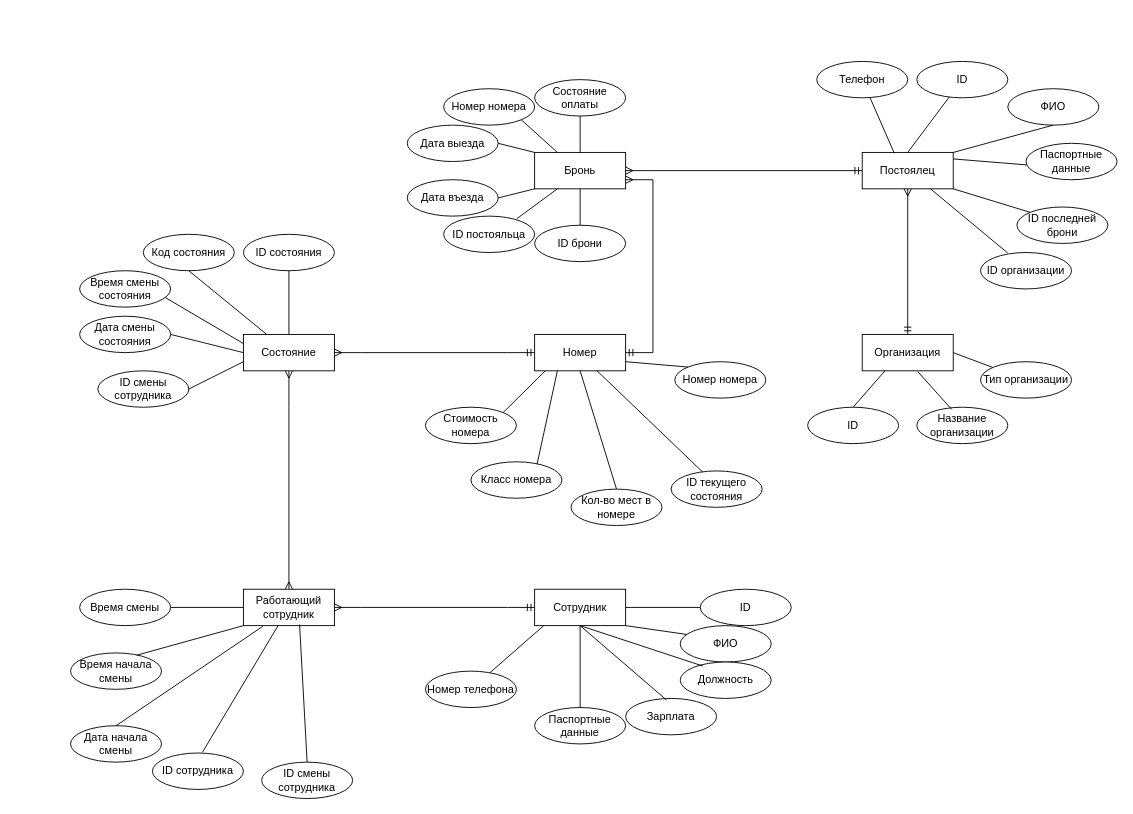
Above: page "ER-диаграмма" (2 of 2) of Kostylev_Hostel.drawio in Haxersociety/DataBase_Hostel (draw.io), before the change. Source tidied: cells renumbered, new cells numbered last; positions are measured from the earlier drawing's top-left corner, leaving out a move shared by most shapes. Both pictures are drawn from the tidied source at 91%, with x=0, y=0 at pixel (70, 61).
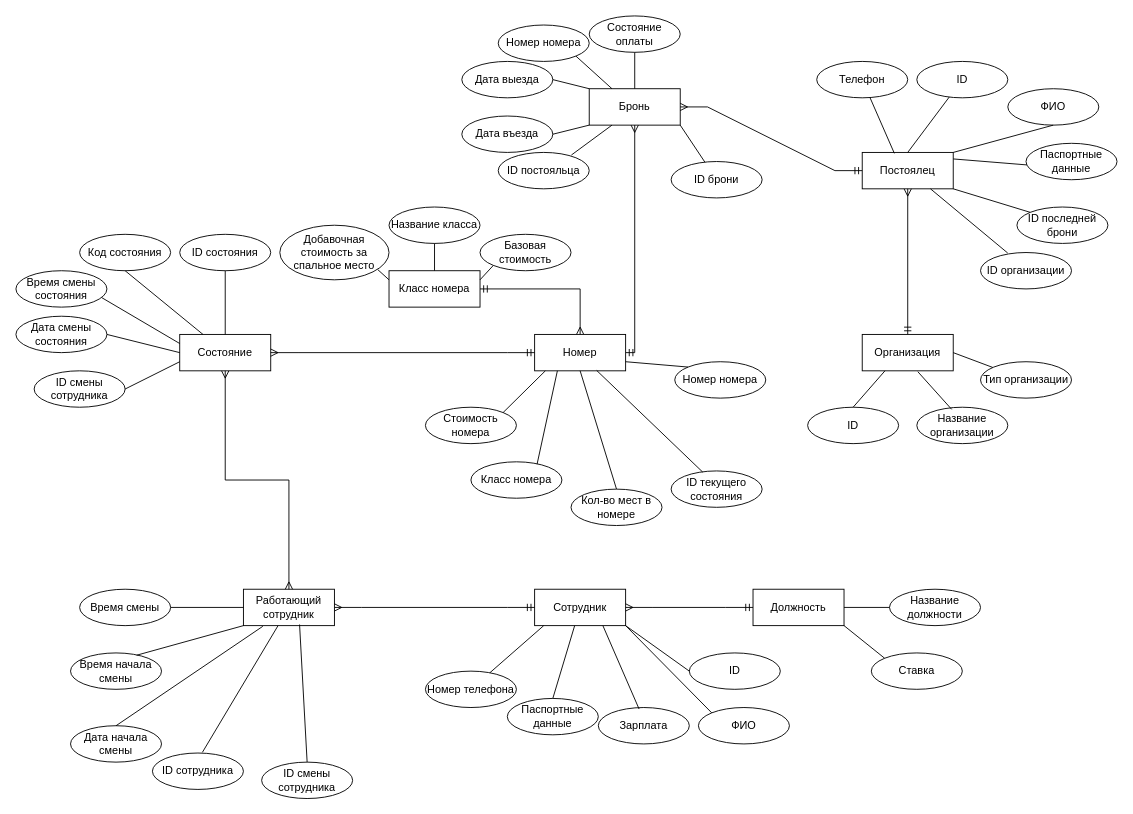
The same diagram, later.

The change refers to these unchanged cells:
```xml
<mxCell id="6" value="Номер" style="whiteSpace=wrap;html=1;align=center;" parent="1" vertex="1">
  <mxGeometry x="510" y="300" width="100" height="40" as="geometry" />
</mxCell>
<mxCell id="49" value="Сотрудник" style="whiteSpace=wrap;html=1;align=center;" parent="1" vertex="1">
  <mxGeometry x="510" y="580" width="100" height="40" as="geometry" />
</mxCell>
<mxCell id="60" value="Работающий сотрудник" style="whiteSpace=wrap;html=1;align=center;" parent="1" vertex="1">
  <mxGeometry x="190" y="580" width="100" height="40" as="geometry" />
</mxCell>
```

The edit, as a diff of the source:
```diff
@@
     <mxCell id="3" value="Бронь" style="whiteSpace=wrap;html=1;align=center;" parent="1" vertex="1">
-      <mxGeometry x="510" y="100" width="100" height="40" as="geometry" />
+      <mxGeometry x="570" y="30" width="100" height="40" as="geometry" />
     </mxCell>
@@
+    <mxCell id="8" style="edgeStyle=orthogonalEdgeStyle;rounded=0;jettySize=auto;html=1;entryX=0.5;entryY=1;entryDx=0;entryDy=0;exitX=1;exitY=0.5;exitDx=0;exitDy=0;endArrow=ERmany;endFill=0;startArrow=ERmandOne;startFill=0;" parent="1" edge="1" source="6" target="3">
+      <mxGeometry relative="1" as="geometry">
+        <Array as="points">
+          <mxPoint x="620" y="320" />
+        </Array>
+      </mxGeometry>
+    </mxCell>
+    <mxCell id="87" style="edgeStyle=orthogonalEdgeStyle;rounded=0;jettySize=auto;html=1;entryX=1;entryY=0.5;entryDx=0;entryDy=0;startArrow=ERmany;startFill=0;endArrow=ERmandOne;endFill=0;exitX=0.5;exitY=0;exitDx=0;exitDy=0;" parent="1" edge="1" source="6" target="92">
+      <mxGeometry relative="1" as="geometry" />
+    </mxCell>
@@
-    <mxCell id="8" style="edgeStyle=entityRelationEdgeStyle;fontSize=12;html=1;endArrow=ERmany;startArrow=ERmandOne;rounded=0;entryX=1;entryY=0.75;entryDx=0;entryDy=0;endFill=0;" parent="1" edge="1" source="6" target="3">
-      <mxGeometry relative="1" as="geometry" />
-    </mxCell>
     <mxCell id="9" value="Состояние оплаты" style="ellipse;whiteSpace=wrap;html=1;align=center;" parent="1" vertex="1">
-      <mxGeometry x="510" y="20" width="100" height="40" as="geometry" />
+      <mxGeometry x="570" y="-50" width="100" height="40" as="geometry" />
     </mxCell>
     <mxCell id="10" value="Номер номера" style="ellipse;whiteSpace=wrap;html=1;align=center;" parent="1" vertex="1">
-      <mxGeometry x="410" y="30" width="100" height="40" as="geometry" />
+      <mxGeometry x="470" y="-40" width="100" height="40" as="geometry" />
     </mxCell>
     <mxCell id="11" value="Дата выезда" style="ellipse;whiteSpace=wrap;html=1;align=center;" parent="1" vertex="1">
-      <mxGeometry x="370" y="70" width="100" height="40" as="geometry" />
+      <mxGeometry x="430" width="100" height="40" as="geometry" />
     </mxCell>
     <mxCell id="12" value="Дата въезда" style="ellipse;whiteSpace=wrap;html=1;align=center;" parent="1" vertex="1">
-      <mxGeometry x="370" y="130" width="100" height="40" as="geometry" />
+      <mxGeometry x="430" y="60" width="100" height="40" as="geometry" />
     </mxCell>
     <mxCell id="13" value="ID постояльца" style="ellipse;whiteSpace=wrap;html=1;align=center;" parent="1" vertex="1">
-      <mxGeometry x="410" y="170" width="100" height="40" as="geometry" />
+      <mxGeometry x="470" y="100" width="100" height="40" as="geometry" />
     </mxCell>
     <mxCell id="14" value="ID брони" style="ellipse;whiteSpace=wrap;html=1;align=center;" parent="1" vertex="1">
-      <mxGeometry x="510" y="180" width="100" height="40" as="geometry" />
+      <mxGeometry x="660" y="110" width="100" height="40" as="geometry" />
     </mxCell>
@@
     <mxCell id="17" style="endArrow=none;html=1;rounded=0;entryX=0;entryY=0;entryDx=0;entryDy=0;" parent="1" edge="1" target="3">
       <mxGeometry relative="1" as="geometry">
-        <mxPoint x="470" y="90" as="sourcePoint" />
+        <mxPoint x="530" y="20" as="sourcePoint" />
       </mxGeometry>
     </mxCell>
     <mxCell id="18" style="endArrow=none;html=1;rounded=0;entryX=0;entryY=1;entryDx=0;entryDy=0;" parent="1" edge="1" target="3">
       <mxGeometry relative="1" as="geometry">
-        <mxPoint x="470" y="150" as="sourcePoint" />
+        <mxPoint x="530" y="80" as="sourcePoint" />
       </mxGeometry>
     </mxCell>
@@
-    <mxCell id="20" style="endArrow=none;html=1;rounded=0;exitX=0.5;exitY=0;exitDx=0;exitDy=0;entryX=0.5;entryY=1;entryDx=0;entryDy=0;" parent="1" edge="1" source="14" target="3">
-      <mxGeometry relative="1" as="geometry" />
+    <mxCell id="20" style="endArrow=none;html=1;rounded=0;" parent="1" edge="1" source="14">
+      <mxGeometry relative="1" as="geometry">
+        <mxPoint x="670" y="70" as="targetPoint" />
+      </mxGeometry>
     </mxCell>
@@
     <mxCell id="50" value="Паспортные данные" style="ellipse;whiteSpace=wrap;html=1;align=center;strokeColor=default;" parent="1" vertex="1">
-      <mxGeometry x="510" y="710" width="100" height="40" as="geometry" />
+      <mxGeometry x="480" y="700" width="100" height="40" as="geometry" />
     </mxCell>
     <mxCell id="51" value="Зарплата" style="ellipse;whiteSpace=wrap;html=1;align=center;strokeColor=default;" parent="1" vertex="1">
-      <mxGeometry x="610" y="700" width="100" height="40" as="geometry" />
+      <mxGeometry x="580" y="710" width="100" height="40" as="geometry" />
     </mxCell>
     <mxCell id="52" value="ФИО" style="ellipse;whiteSpace=wrap;html=1;align=center;strokeColor=default;" parent="1" vertex="1">
-      <mxGeometry x="670" y="620" width="100" height="40" as="geometry" />
+      <mxGeometry x="690" y="710" width="100" height="40" as="geometry" />
     </mxCell>
     <mxCell id="53" value="ID" style="ellipse;whiteSpace=wrap;html=1;align=center;strokeColor=default;" parent="1" vertex="1">
-      <mxGeometry x="692" y="580" width="100" height="40" as="geometry" />
+      <mxGeometry x="680" y="650" width="100" height="40" as="geometry" />
     </mxCell>
-    <mxCell id="54" style="endArrow=none;html=1;rounded=0;exitX=0;exitY=0.5;exitDx=0;exitDy=0;entryX=1;entryY=0.5;entryDx=0;entryDy=0;" parent="1" edge="1" source="53" target="49">
+    <mxCell id="54" style="endArrow=none;html=1;rounded=0;exitX=0;exitY=0.5;exitDx=0;exitDy=0;entryX=1;entryY=1;entryDx=0;entryDy=0;" parent="1" edge="1" source="53" target="49">
       <mxGeometry relative="1" as="geometry" />
     </mxCell>
@@
-    <mxCell id="56" style="endArrow=none;html=1;rounded=0;exitX=0.448;exitY=0.041;exitDx=0;exitDy=0;exitPerimeter=0;entryX=0.5;entryY=1;entryDx=0;entryDy=0;" parent="1" edge="1" source="51" target="49">
+    <mxCell id="56" style="endArrow=none;html=1;rounded=0;exitX=0.448;exitY=0.041;exitDx=0;exitDy=0;exitPerimeter=0;entryX=0.75;entryY=1;entryDx=0;entryDy=0;" parent="1" edge="1" source="51" target="49">
       <mxGeometry relative="1" as="geometry" />
     </mxCell>
-    <mxCell id="57" style="endArrow=none;html=1;rounded=0;exitX=0.074;exitY=0.243;exitDx=0;exitDy=0;exitPerimeter=0;entryX=1;entryY=1;entryDx=0;entryDy=0;" parent="1" edge="1" source="52" target="49">
+    <mxCell id="57" style="endArrow=none;html=1;rounded=0;exitX=0;exitY=0;exitDx=0;exitDy=0;entryX=1;entryY=1;entryDx=0;entryDy=0;" parent="1" edge="1" source="52" target="49">
       <mxGeometry relative="1" as="geometry" />
     </mxCell>
-    <mxCell id="58" value="Должность" style="ellipse;whiteSpace=wrap;html=1;align=center;strokeColor=default;" parent="1" vertex="1">
-      <mxGeometry x="670" y="660" width="100" height="40" as="geometry" />
-    </mxCell>
-    <mxCell id="59" style="endArrow=none;html=1;rounded=0;exitX=0.5;exitY=1;exitDx=0;exitDy=0;entryX=0.248;entryY=0.11;entryDx=0;entryDy=0;entryPerimeter=0;" parent="1" edge="1" source="49" target="58">
-      <mxGeometry relative="1" as="geometry" />
-    </mxCell>
@@
     <mxCell id="72" value="Состояние" style="whiteSpace=wrap;html=1;align=center;" parent="1" vertex="1">
-      <mxGeometry x="190" y="300" width="100" height="40" as="geometry" />
+      <mxGeometry x="120" y="300" width="100" height="40" as="geometry" />
     </mxCell>
     <mxCell id="73" value="ID состояния" style="ellipse;whiteSpace=wrap;html=1;align=center;" parent="1" vertex="1">
-      <mxGeometry x="190" y="190" width="100" height="40" as="geometry" />
+      <mxGeometry x="120" y="190" width="100" height="40" as="geometry" />
     </mxCell>
     <mxCell id="74" value="Код состояния" style="ellipse;whiteSpace=wrap;html=1;align=center;" parent="1" vertex="1">
-      <mxGeometry x="80" y="190" width="100" height="40" as="geometry" />
+      <mxGeometry x="10" y="190" width="100" height="40" as="geometry" />
     </mxCell>
     <mxCell id="75" value="Время смены состояния" style="ellipse;whiteSpace=wrap;html=1;align=center;" parent="1" vertex="1">
-      <mxGeometry x="10" y="230" width="100" height="40" as="geometry" />
+      <mxGeometry x="-60" y="230" width="100" height="40" as="geometry" />
     </mxCell>
     <mxCell id="76" value="Дата смены состояния" style="ellipse;whiteSpace=wrap;html=1;align=center;" parent="1" vertex="1">
-      <mxGeometry x="10" y="280" width="100" height="40" as="geometry" />
+      <mxGeometry x="-60" y="280" width="100" height="40" as="geometry" />
     </mxCell>
     <mxCell id="77" value="ID смены сотрудника" style="ellipse;whiteSpace=wrap;html=1;align=center;" parent="1" vertex="1">
-      <mxGeometry x="30" y="340" width="100" height="40" as="geometry" />
+      <mxGeometry x="-40" y="340" width="100" height="40" as="geometry" />
     </mxCell>
@@
     <mxCell id="81" style="endArrow=none;html=1;rounded=0;exitX=0.5;exitY=1;exitDx=0;exitDy=0;" parent="1" edge="1" target="72">
       <mxGeometry relative="1" as="geometry">
-        <mxPoint x="130" y="230" as="sourcePoint" />
+        <mxPoint x="60" y="230" as="sourcePoint" />
       </mxGeometry>
     </mxCell>
     <mxCell id="82" style="endArrow=none;html=1;rounded=0;entryX=0;entryY=0.5;entryDx=0;entryDy=0;" parent="1" edge="1" target="72">
       <mxGeometry relative="1" as="geometry">
-        <mxPoint x="110" y="300" as="sourcePoint" />
+        <mxPoint x="40" y="300" as="sourcePoint" />
       </mxGeometry>
     </mxCell>
     <mxCell id="83" style="endArrow=none;html=1;rounded=0;entryX=0;entryY=0.75;entryDx=0;entryDy=0;" parent="1" edge="1" target="72">
       <mxGeometry relative="1" as="geometry">
-        <mxPoint x="130" y="360" as="sourcePoint" />
+        <mxPoint x="60" y="360" as="sourcePoint" />
       </mxGeometry>
     </mxCell>
     <mxCell id="84" style="endArrow=ERmany;html=1;rounded=0;exitX=0.5;exitY=0;exitDx=0;exitDy=0;entryX=0.5;entryY=1;entryDx=0;entryDy=0;startArrow=ERmany;startFill=0;endFill=0;" parent="1" edge="1" source="60" target="72">
       <mxGeometry relative="1" as="geometry">
         <Array as="points">
-          <mxPoint x="240" y="380" />
+          <mxPoint x="240" y="460" />
+          <mxPoint x="170" y="460" />
         </Array>
       </mxGeometry>
     </mxCell>
@@
+    <mxCell id="58" value="Должность" style="whiteSpace=wrap;html=1;align=center;" parent="1" vertex="1">
+      <mxGeometry x="750" y="580" width="100" height="40" as="geometry" />
+    </mxCell>
+    <mxCell id="88" value="Название должности" style="ellipse;whiteSpace=wrap;html=1;align=center;strokeColor=default;" parent="1" vertex="1">
+      <mxGeometry x="900" y="580" width="100" height="40" as="geometry" />
+    </mxCell>
+    <mxCell id="89" style="endArrow=none;html=1;rounded=0;exitX=0;exitY=0.5;exitDx=0;exitDy=0;entryX=1;entryY=0.5;entryDx=0;entryDy=0;" parent="1" edge="1" source="88" target="58">
+      <mxGeometry relative="1" as="geometry" />
+    </mxCell>
+    <mxCell id="90" value="Ставка" style="ellipse;whiteSpace=wrap;html=1;align=center;strokeColor=default;" parent="1" vertex="1">
+      <mxGeometry x="880" y="650" width="100" height="40" as="geometry" />
+    </mxCell>
+    <mxCell id="91" style="endArrow=none;html=1;rounded=0;exitX=0;exitY=0;exitDx=0;exitDy=0;entryX=1;entryY=1;entryDx=0;entryDy=0;" parent="1" edge="1" source="90" target="58">
+      <mxGeometry relative="1" as="geometry" />
+    </mxCell>
+    <mxCell id="59" style="edgeStyle=entityRelationEdgeStyle;fontSize=12;html=1;endArrow=ERmandOne;startArrow=ERmany;rounded=0;exitX=1;exitY=0.5;exitDx=0;exitDy=0;endFill=0;entryX=0;entryY=0.5;entryDx=0;entryDy=0;startFill=0;" parent="1" edge="1" source="49" target="58">
+      <mxGeometry relative="1" as="geometry" />
+    </mxCell>
+    <mxCell id="92" value="Класс номера" style="whiteSpace=wrap;html=1;align=center;" parent="1" vertex="1">
+      <mxGeometry x="350" y="230" width="100" height="40" as="geometry" />
+    </mxCell>
+    <mxCell id="93" value="Название класса" style="ellipse;whiteSpace=wrap;html=1;align=center;" parent="1" vertex="1">
+      <mxGeometry x="350" y="160" width="100" height="40" as="geometry" />
+    </mxCell>
+    <mxCell id="94" style="endArrow=none;html=1;rounded=0;exitX=0.5;exitY=1;exitDx=0;exitDy=0;entryX=0.5;entryY=0;entryDx=0;entryDy=0;" parent="1" edge="1" source="93" target="92">
+      <mxGeometry relative="1" as="geometry" />
+    </mxCell>
+    <mxCell id="95" value="Добавочная стоимость за спальное место" style="ellipse;whiteSpace=wrap;html=1;align=center;" parent="1" vertex="1">
+      <mxGeometry x="230" y="180" width="120" height="60" as="geometry" />
+    </mxCell>
+    <mxCell id="96" style="endArrow=none;html=1;rounded=0;exitX=0.897;exitY=0.813;exitDx=0;exitDy=0;entryX=0;entryY=0.25;entryDx=0;entryDy=0;exitPerimeter=0;" parent="1" edge="1" source="95" target="92">
+      <mxGeometry relative="1" as="geometry" />
+    </mxCell>
+    <mxCell id="97" value="Базовая стоимость" style="ellipse;whiteSpace=wrap;html=1;align=center;" parent="1" vertex="1">
+      <mxGeometry x="450" y="190" width="100" height="40" as="geometry" />
+    </mxCell>
+    <mxCell id="98" style="endArrow=none;html=1;rounded=0;exitX=0;exitY=1;exitDx=0;exitDy=0;entryX=1;entryY=0.25;entryDx=0;entryDy=0;" parent="1" edge="1" source="97" target="92">
+      <mxGeometry relative="1" as="geometry" />
+    </mxCell>
```
